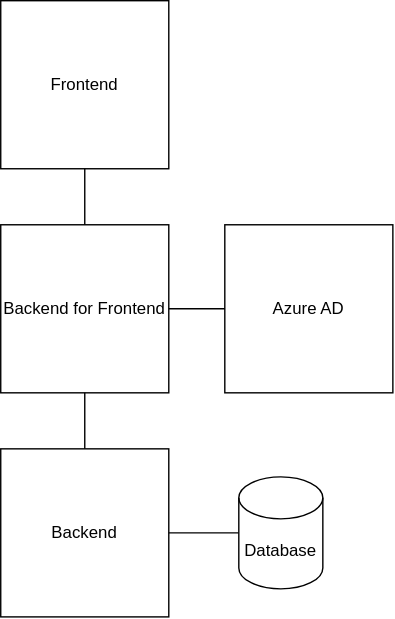
This is testing.drawio.svg from tellewsen/umltests, a draw.io export, as it was before one commit. Source tidied: cells renumbered, new cells last; positions are measured from the earlier drawing's top-left corner, leaving out a move shared by most shapes.
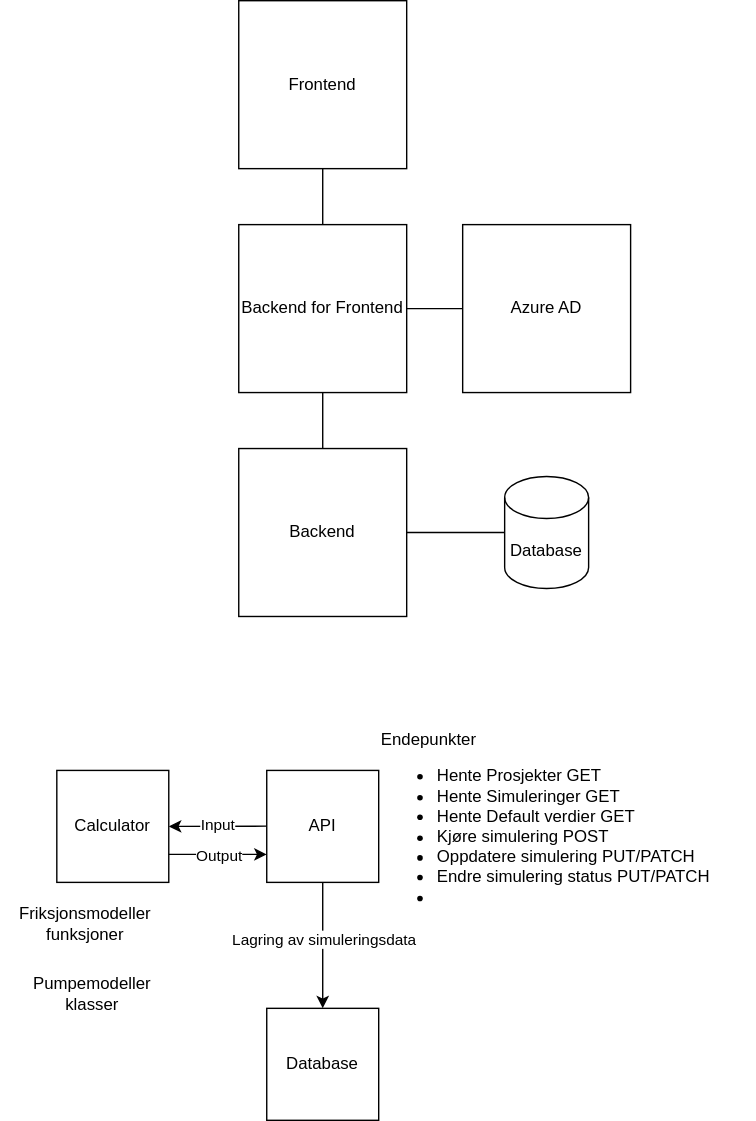
The same diagram one commit later.

Change to the diagram source:
```diff
@@ -27,7 +27,47 @@
       <mxGeometry relative="1" as="geometry" />
     </mxCell>
     <mxCell id="10" value="Database" style="shape=cylinder3;whiteSpace=wrap;html=1;boundedLbl=1;backgroundOutline=1;size=15;" parent="1" vertex="1">
-      <mxGeometry x="170" y="340" width="60" height="80" as="geometry" />
+      <mxGeometry x="190" y="340" width="60" height="80" as="geometry" />
     </mxCell>
+    <mxCell id="11" value="API" style="whiteSpace=wrap;html=1;" parent="1" vertex="1">
+      <mxGeometry x="20" y="550" width="80" height="80" as="geometry" />
+    </mxCell>
+    <mxCell id="12" value="&lt;div align=&quot;left&quot;&gt;Endepunkter&lt;br&gt;&lt;ul&gt;&lt;li&gt;Hente Prosjekter GET&lt;/li&gt;&lt;li&gt;Hente Simuleringer GET&lt;br&gt;&lt;/li&gt;&lt;li&gt;Hente Default verdier GET&lt;/li&gt;&lt;li&gt;Kjøre simulering POST&lt;/li&gt;&lt;li&gt;Oppdatere simulering PUT/PATCH&lt;/li&gt;&lt;li&gt;Endre simulering status PUT/PATCH&lt;/li&gt;&lt;li&gt;&lt;br&gt;&lt;/li&gt;&lt;/ul&gt;&lt;/div&gt;" style="text;html=1;align=left;verticalAlign=middle;whiteSpace=wrap;rounded=0;" parent="1" vertex="1">
+      <mxGeometry x="100" y="510" width="270" height="160" as="geometry" />
+    </mxCell>
+    <mxCell id="13" style="endArrow=classic;html=1;rounded=0;exitX=0.5;exitY=1;exitDx=0;exitDy=0;entryX=0.5;entryY=0;entryDx=0;entryDy=0;" parent="1" edge="1" source="11" target="15">
+      <mxGeometry relative="1" as="geometry" />
+    </mxCell>
+    <mxCell id="14" value="Lagring av simuleringsdata" style="edgeLabel;html=1;align=center;verticalAlign=middle;" parent="13" vertex="1">
+      <mxGeometry x="-0.09" y="1" relative="1" as="geometry" />
+    </mxCell>
+    <mxCell id="15" value="Database" style="whiteSpace=wrap;html=1;" parent="1" vertex="1">
+      <mxGeometry x="20" y="720" width="80" height="80" as="geometry" />
+    </mxCell>
+    <mxCell id="16" style="endArrow=classic;html=1;rounded=0;exitX=0;exitY=0.5;exitDx=0;exitDy=0;entryX=1;entryY=0.5;entryDx=0;entryDy=0;" parent="1" edge="1" target="18">
+      <mxGeometry relative="1" as="geometry">
+        <mxPoint x="20" y="589.8" as="sourcePoint" />
+      </mxGeometry>
+    </mxCell>
+    <mxCell id="17" value="Input" style="edgeLabel;html=1;align=center;verticalAlign=middle;" parent="16" vertex="1">
+      <mxGeometry x="0.02" y="-1" relative="1" as="geometry" />
+    </mxCell>
+    <mxCell id="18" value="Calculator" style="whiteSpace=wrap;html=1;" parent="1" vertex="1">
+      <mxGeometry x="-130" y="550" width="80" height="80" as="geometry" />
+    </mxCell>
+    <mxCell id="19" value="&lt;div&gt;Friksjonsmodeller&lt;/div&gt;&lt;div&gt;funksjoner&lt;br&gt;&lt;/div&gt;" style="text;html=1;align=center;verticalAlign=middle;strokeColor=none;fillColor=none;" parent="1" vertex="1">
+      <mxGeometry x="-170" y="640" width="120" height="40" as="geometry" />
+    </mxCell>
+    <mxCell id="20" value="&lt;div&gt;Pumpemodeller&lt;/div&gt;&lt;div&gt;klasser&lt;br&gt;&lt;/div&gt;" style="text;html=1;align=center;verticalAlign=middle;strokeColor=none;fillColor=none;" parent="1" vertex="1">
+      <mxGeometry x="-160" y="690" width="110" height="40" as="geometry" />
+    </mxCell>
+    <mxCell id="21" style="endArrow=classic;html=1;rounded=0;exitX=1;exitY=0.75;exitDx=0;exitDy=0;" parent="1" edge="1" source="18">
+      <mxGeometry relative="1" as="geometry">
+        <mxPoint x="20" y="610" as="targetPoint" />
+      </mxGeometry>
+    </mxCell>
+    <mxCell id="22" value="Output" style="edgeLabel;html=1;align=center;verticalAlign=middle;" parent="21" vertex="1">
+      <mxGeometry x="0.02" y="-1" relative="1" as="geometry" />
+    </mxCell>
   </root>
 </mxGraphModel>
```
